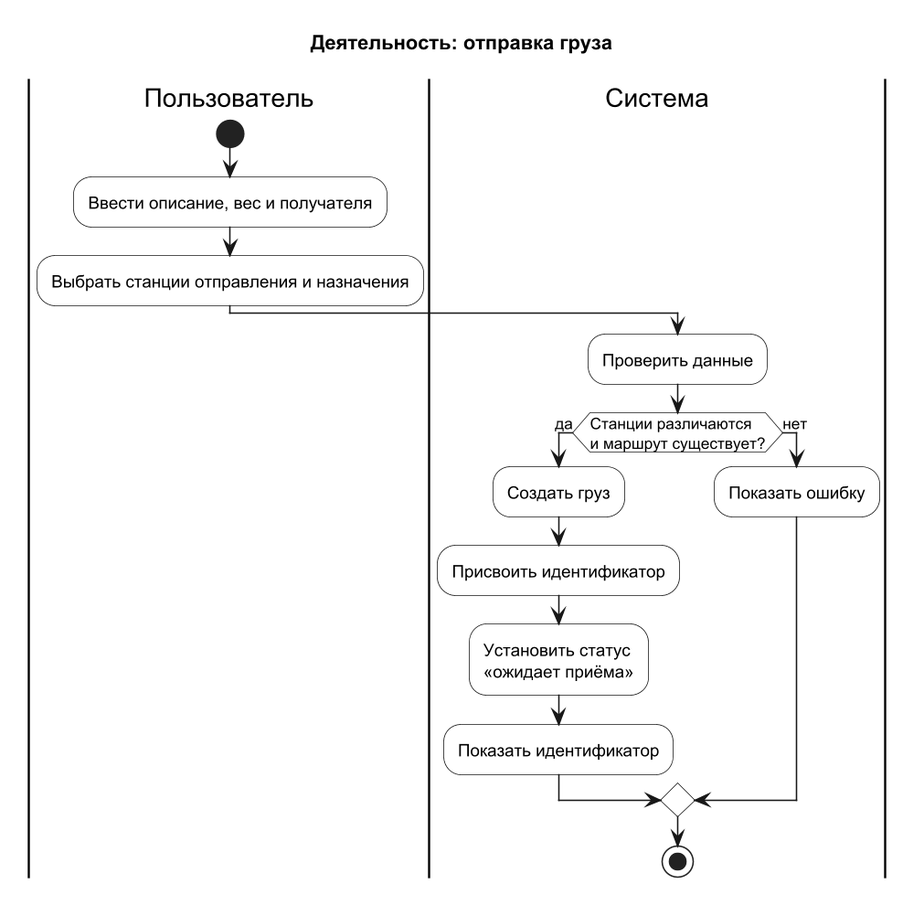
Earlier version of the PlantUML export uml/activity-diagram/Отправка_груза.png (Gu4rDe/railway). Source of this version:
```plantuml
@startuml
!pragma layout smetana
title Деятельность: отправка груза
skinparam shadowing false
skinparam dpi 150
skinparam ActivityBackgroundColor #FFFFFF

|Пользователь|
start
:Ввести описание, вес и получателя;
:Выбрать станции отправления и назначения;
|Система|
:Проверить данные;
if (Станции различаются\nи маршрут существует?) then (да)
  :Создать груз;
  :Присвоить идентификатор;
  :Установить статус\n«ожидает приёма»;
  :Показать идентификатор;
else (нет)
  :Показать ошибку;
endif
stop
@enduml
```
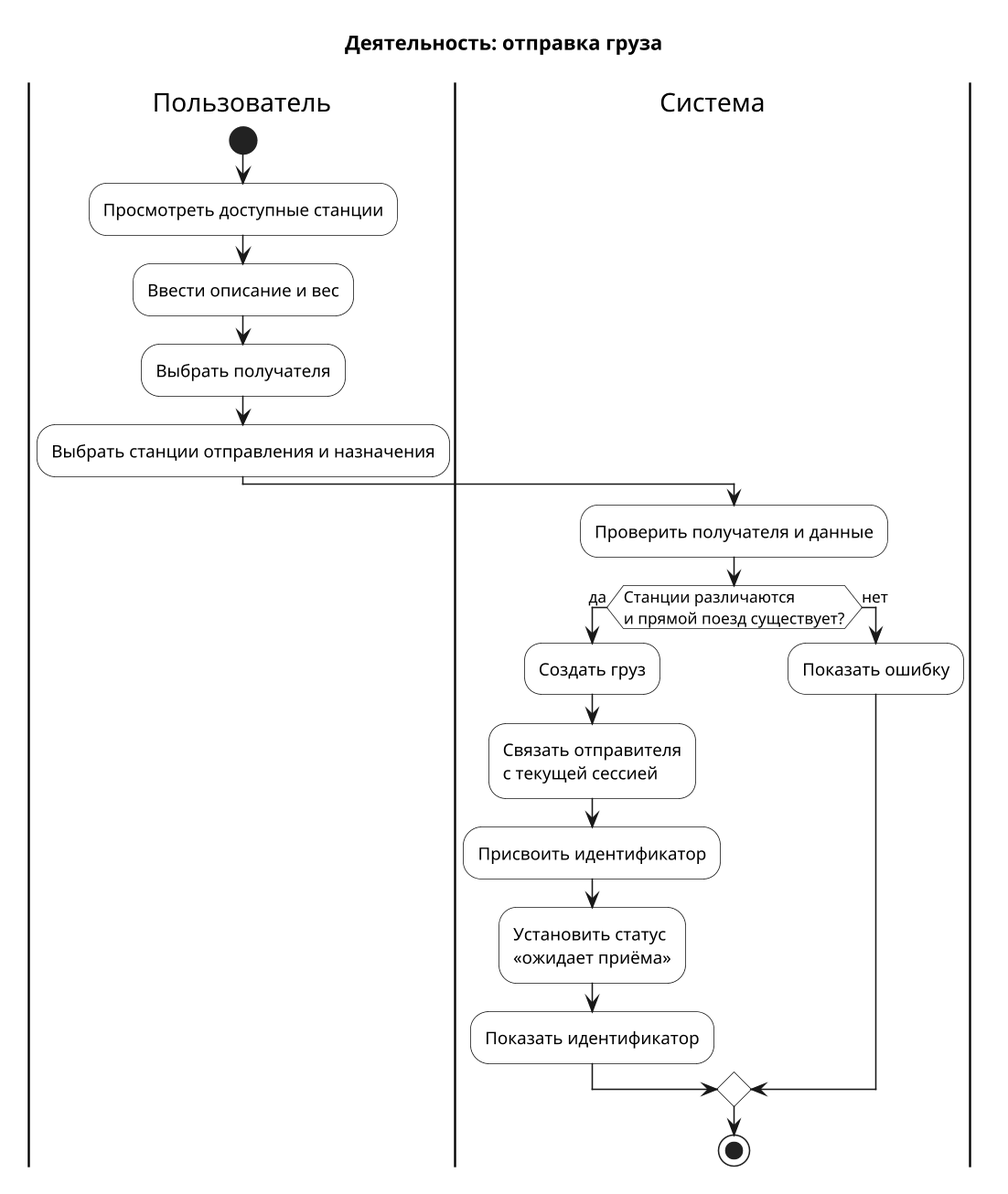
Later version of the same file.

The edit, as a diff of the source:
```diff
@@ -7,12 +7,15 @@
 
 |Пользователь|
 start
-:Ввести описание, вес и получателя;
+:Просмотреть доступные станции;
+:Ввести описание и вес;
+:Выбрать получателя;
 :Выбрать станции отправления и назначения;
 |Система|
-:Проверить данные;
-if (Станции различаются\nи маршрут существует?) then (да)
+:Проверить получателя и данные;
+if (Станции различаются\nи прямой поезд существует?) then (да)
   :Создать груз;
+  :Связать отправителя\nс текущей сессией;
   :Присвоить идентификатор;
   :Установить статус\n«ожидает приёма»;
   :Показать идентификатор;
```
